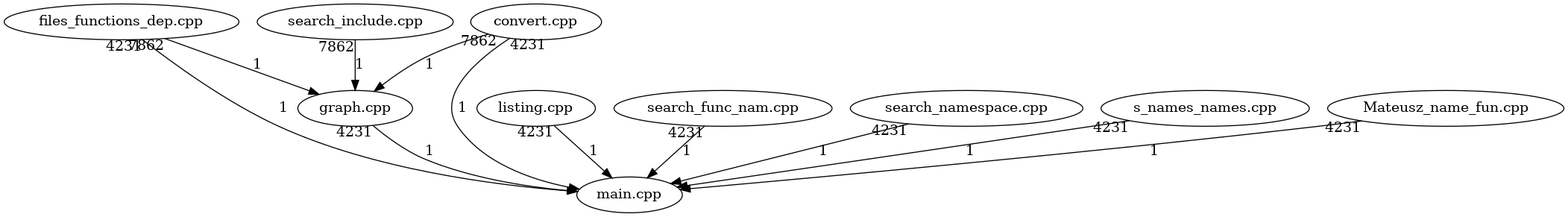
ZychDev/Zak_Io_Project keeps this Graphviz diagram as folder/pliki.dot.png. Above is the earlier version. Its source is kept beside it as folder/pliki.dot.
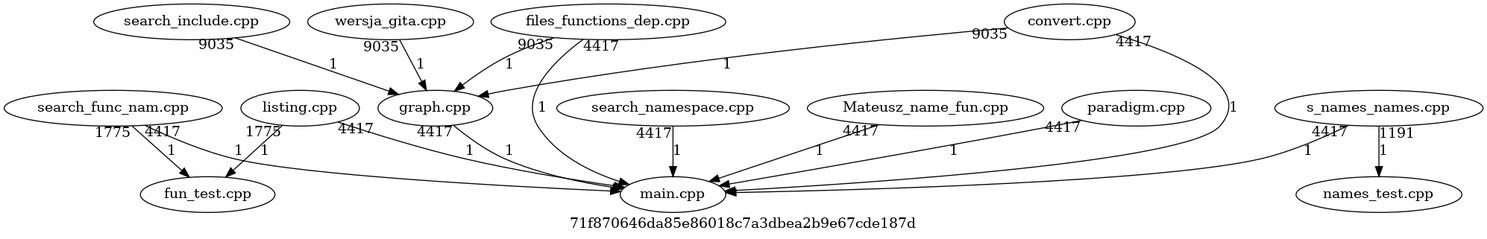
After the commit.

Change to the diagram source:
```diff
@@ -1,14 +1,23 @@
 digraph files_graph
 {
-"search_include.cpp"->"graph.cpp"[taillabel = 7862][label = 1]
-"files_functions_dep.cpp"->"graph.cpp"[taillabel = 7862][label = 1]
-"convert.cpp"->"graph.cpp"[taillabel = 7862][label = 1]
-"graph.cpp"->"main.cpp"[taillabel = 4231][label = 1]
-"listing.cpp"->"main.cpp"[taillabel = 4231][label = 1]
-"search_func_nam.cpp"->"main.cpp"[taillabel = 4231][label = 1]
-"search_namespace.cpp"->"main.cpp"[taillabel = 4231][label = 1]
-"s_names_names.cpp"->"main.cpp"[taillabel = 4231][label = 1]
-"Mateusz_name_fun.cpp"->"main.cpp"[taillabel = 4231][label = 1]
-"convert.cpp"->"main.cpp"[taillabel = 4231][label = 1]
-"files_functions_dep.cpp"->"main.cpp"[taillabel = 4231][label = 1]
+label = "71f870646da85e86018c7a3dbea2b9e67cde187d"
+"search_func_nam.cpp"
+->"fun_test.cpp"[taillabel = 1775][label = 1]
+"listing.cpp"
+->"fun_test.cpp"[taillabel = 1775][label = 1]
+"search_include.cpp"->"graph.cpp"[taillabel = 9035][label = 1]
+"wersja_gita.cpp"->"graph.cpp"[taillabel = 9035][label = 1]
+"files_functions_dep.cpp"->"graph.cpp"[taillabel = 9035][label = 1]
+"convert.cpp"->"graph.cpp"[taillabel = 9035][label = 1]
+"graph.cpp"->"main.cpp"[taillabel = 4417][label = 1]
+"listing.cpp"->"main.cpp"[taillabel = 4417][label = 1]
+"search_func_nam.cpp"->"main.cpp"[taillabel = 4417][label = 1]
+"search_namespace.cpp"->"main.cpp"[taillabel = 4417][label = 1]
+"s_names_names.cpp"->"main.cpp"[taillabel = 4417][label = 1]
+"Mateusz_name_fun.cpp"->"main.cpp"[taillabel = 4417][label = 1]
+"convert.cpp"->"main.cpp"[taillabel = 4417][label = 1]
+"files_functions_dep.cpp"->"main.cpp"[taillabel = 4417][label = 1]
+"paradigm.cpp"->"main.cpp"[taillabel = 4417][label = 1]
+"s_names_names.cpp"
+->"names_test.cpp"[taillabel = 1191][label = 1]
 }
```
